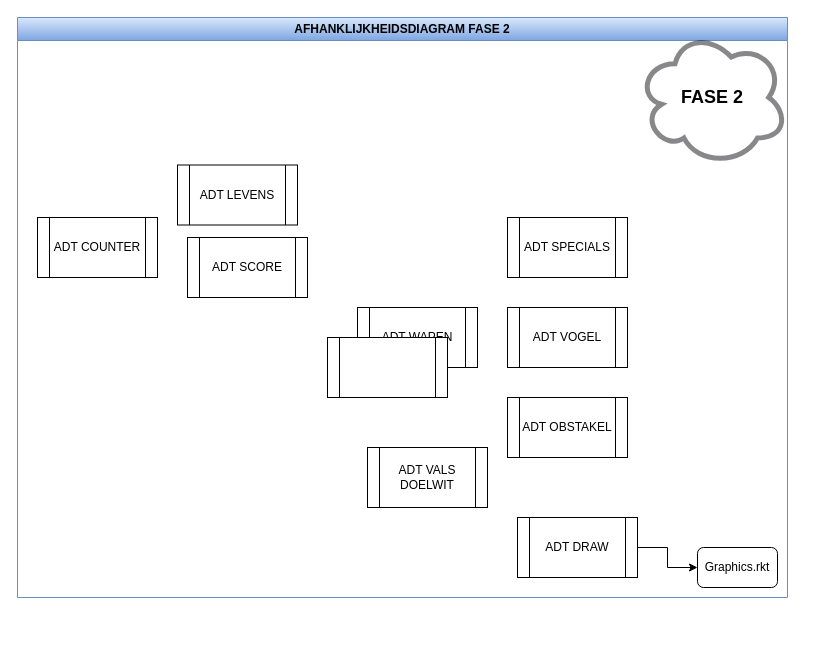
Before: page "Pagina-1" (1 of 2) of Diagram zonder titel.drawio in RuneSerruys/RuneSerruys, a draw.io diagram. Source tidied: cells renumbered, new cells numbered last; positions are measured from the earlier drawing's top-left corner, leaving out a move shared by most shapes. Both pictures are drawn from the tidied source at 100%, with x=0, y=0 at pixel (17, 17).
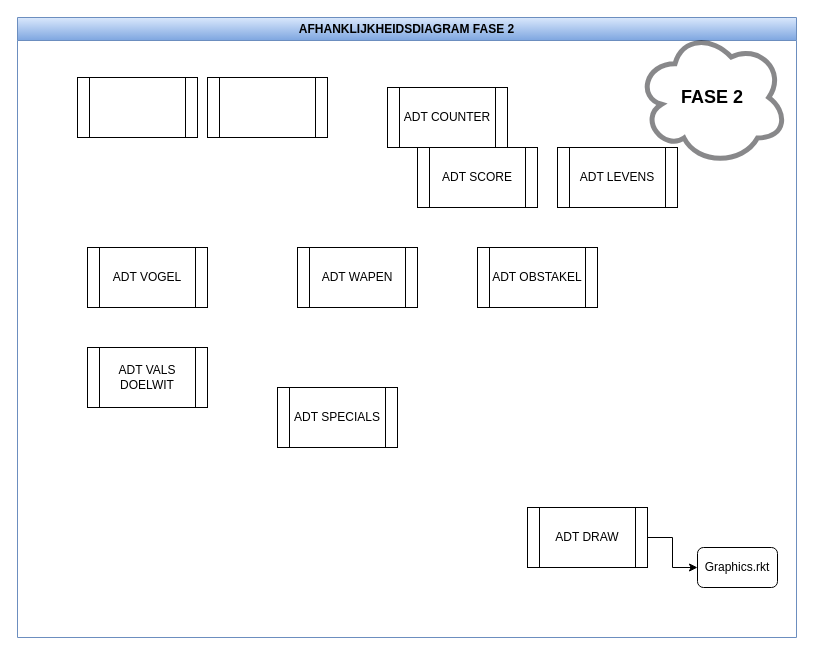
The same page after the edit.

The edit, as a diff of the source:
```diff
@@
 <mxGraphModel>
   <root>
     <mxCell id="0" />
     <mxCell id="1" parent="0" />
     <mxCell id="2" value="AFHANKLIJKHEIDSDIAGRAM FASE 2" style="swimlane;whiteSpace=wrap;html=1;fillColor=#dae8fc;strokeColor=#6c8ebf;gradientColor=#7ea6e0;" parent="1" vertex="1">
-      <mxGeometry width="770" height="580" as="geometry" />
+      <mxGeometry width="779" height="620" as="geometry" />
     </mxCell>
     <mxCell id="3" value="ADT WAPEN" style="shape=process;whiteSpace=wrap;html=1;backgroundOutline=1;" parent="2" vertex="1">
-      <mxGeometry x="340" y="290" width="120" height="60" as="geometry" />
+      <mxGeometry x="280" y="230" width="120" height="60" as="geometry" />
     </mxCell>
     <mxCell id="4" style="edgeStyle=orthogonalEdgeStyle;rounded=0;jettySize=auto;html=1;exitX=1;exitY=0.5;exitDx=0;exitDy=0;entryX=0;entryY=0.5;entryDx=0;entryDy=0;" parent="2" edge="1" source="5" target="6">
       <mxGeometry relative="1" as="geometry" />
     </mxCell>
     <mxCell id="5" value="ADT DRAW" style="shape=process;whiteSpace=wrap;html=1;backgroundOutline=1;" parent="2" vertex="1">
-      <mxGeometry x="500" y="500" width="120" height="60" as="geometry" />
+      <mxGeometry x="510" y="490" width="120" height="60" as="geometry" />
     </mxCell>
     <mxCell id="6" value="Graphics.rkt" style="rounded=1;whiteSpace=wrap;html=1;" parent="2" vertex="1">
       <mxGeometry x="680" y="530" width="80" height="40" as="geometry" />
     </mxCell>
     <mxCell id="7" value="ADT VALS DOELWIT" style="shape=process;whiteSpace=wrap;html=1;backgroundOutline=1;" parent="2" vertex="1">
-      <mxGeometry x="350" y="430" width="120" height="60" as="geometry" />
+      <mxGeometry x="70" y="330" width="120" height="60" as="geometry" />
     </mxCell>
     <mxCell id="8" value="ADT SPECIALS" style="shape=process;whiteSpace=wrap;html=1;backgroundOutline=1;" parent="2" vertex="1">
-      <mxGeometry x="490" y="200" width="120" height="60" as="geometry" />
+      <mxGeometry x="260" y="370" width="120" height="60" as="geometry" />
     </mxCell>
     <mxCell id="9" value="&lt;h2&gt;FASE 2&lt;/h2&gt;" style="ellipse;shape=cloud;whiteSpace=wrap;html=1;opacity=50;strokeWidth=5;strokeColor=#131316;gradientColor=none;fillColor=none;" parent="2" vertex="1">
       <mxGeometry x="620" y="12.5" width="150" height="135" as="geometry" />
     </mxCell>
     <mxCell id="10" value="ADT VOGEL" style="shape=process;whiteSpace=wrap;html=1;backgroundOutline=1;" parent="2" vertex="1">
-      <mxGeometry x="490" y="290" width="120" height="60" as="geometry" />
+      <mxGeometry x="70" y="230" width="120" height="60" as="geometry" />
     </mxCell>
     <mxCell id="11" value="ADT OBSTAKEL" style="shape=process;whiteSpace=wrap;html=1;backgroundOutline=1;" parent="2" vertex="1">
-      <mxGeometry x="490" y="380" width="120" height="60" as="geometry" />
+      <mxGeometry x="460" y="230" width="120" height="60" as="geometry" />
     </mxCell>
     <mxCell id="12" value="ADT COUNTER" style="shape=process;whiteSpace=wrap;html=1;backgroundOutline=1;" parent="2" vertex="1">
-      <mxGeometry x="20" y="200" width="120" height="60" as="geometry" />
+      <mxGeometry x="370" y="70" width="120" height="60" as="geometry" />
     </mxCell>
     <mxCell id="13" value="ADT LEVENS" style="shape=process;whiteSpace=wrap;html=1;backgroundOutline=1;" parent="2" vertex="1">
-      <mxGeometry x="160" y="147.5" width="120" height="60" as="geometry" />
+      <mxGeometry x="540" y="130" width="120" height="60" as="geometry" />
     </mxCell>
     <mxCell id="14" value="ADT SCORE" style="shape=process;whiteSpace=wrap;html=1;backgroundOutline=1;" parent="2" vertex="1">
-      <mxGeometry x="170" y="220" width="120" height="60" as="geometry" />
+      <mxGeometry x="400" y="130" width="120" height="60" as="geometry" />
     </mxCell>
+    <mxCell id="16" style="shape=process;whiteSpace=wrap;html=1;backgroundOutline=1;" parent="2" vertex="1">
+      <mxGeometry x="60" y="60" width="120" height="60" as="geometry" />
+    </mxCell>
-    <mxCell id="15" style="shape=process;whiteSpace=wrap;html=1;backgroundOutline=1;" parent="1" vertex="1">
-      <mxGeometry x="310" y="320" width="120" height="60" as="geometry" />
+    <mxCell id="15" style="shape=process;whiteSpace=wrap;html=1;backgroundOutline=1;" parent="2" vertex="1">
+      <mxGeometry x="190" y="60" width="120" height="60" as="geometry" />
     </mxCell>
-    <mxCell id="16" style="shape=process;whiteSpace=wrap;html=1;backgroundOutline=1;" parent="1" vertex="1">
-      <mxGeometry x="310" y="320" width="120" height="60" as="geometry" />
-    </mxCell>
   </root>
 </mxGraphModel>
```
